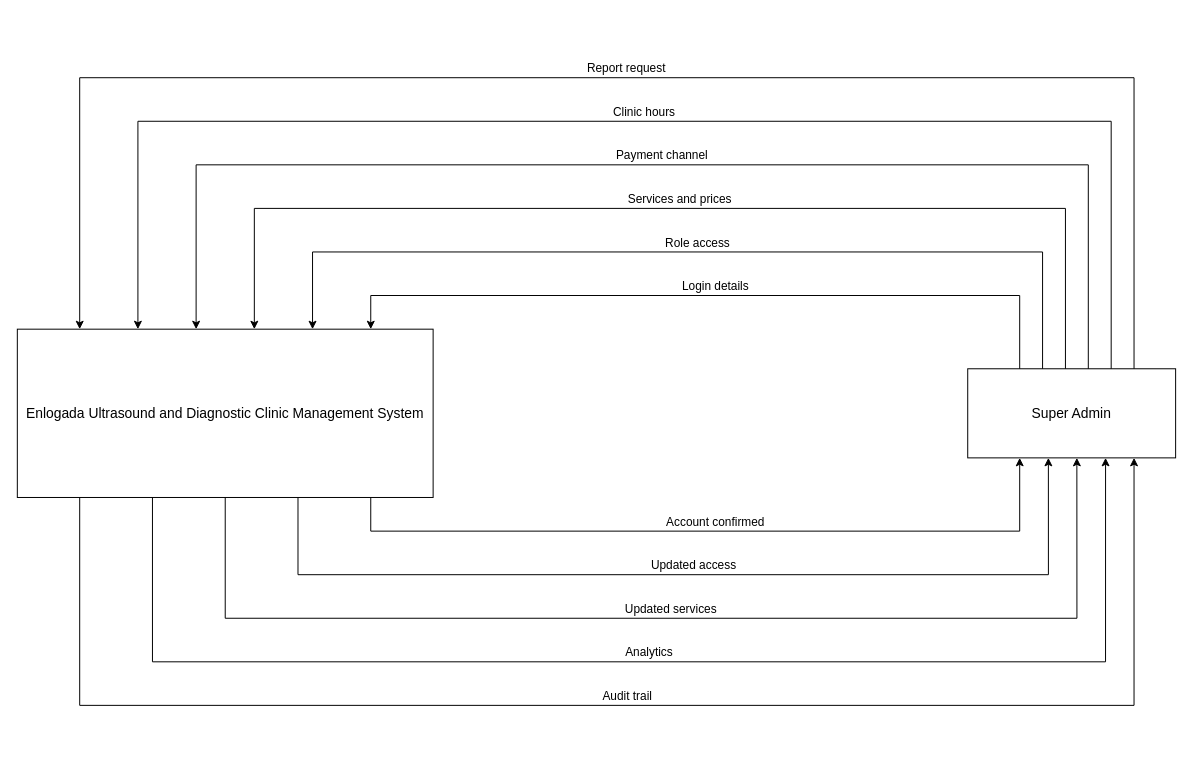
The draw.io diagram page "Super Admin" (2 of 9) of docs/diagrams/dfd-level0.drawio in Diazzzz-cpu/Enlogada-Clinic-Management-System, before the edit. Source tidied: cells renumbered, new cells numbered last; positions are measured from the earlier drawing's top-left corner, leaving out a move shared by most shapes. Both pictures are drawn from the tidied source at 99%, with x=0, y=0 at pixel (17, 77).
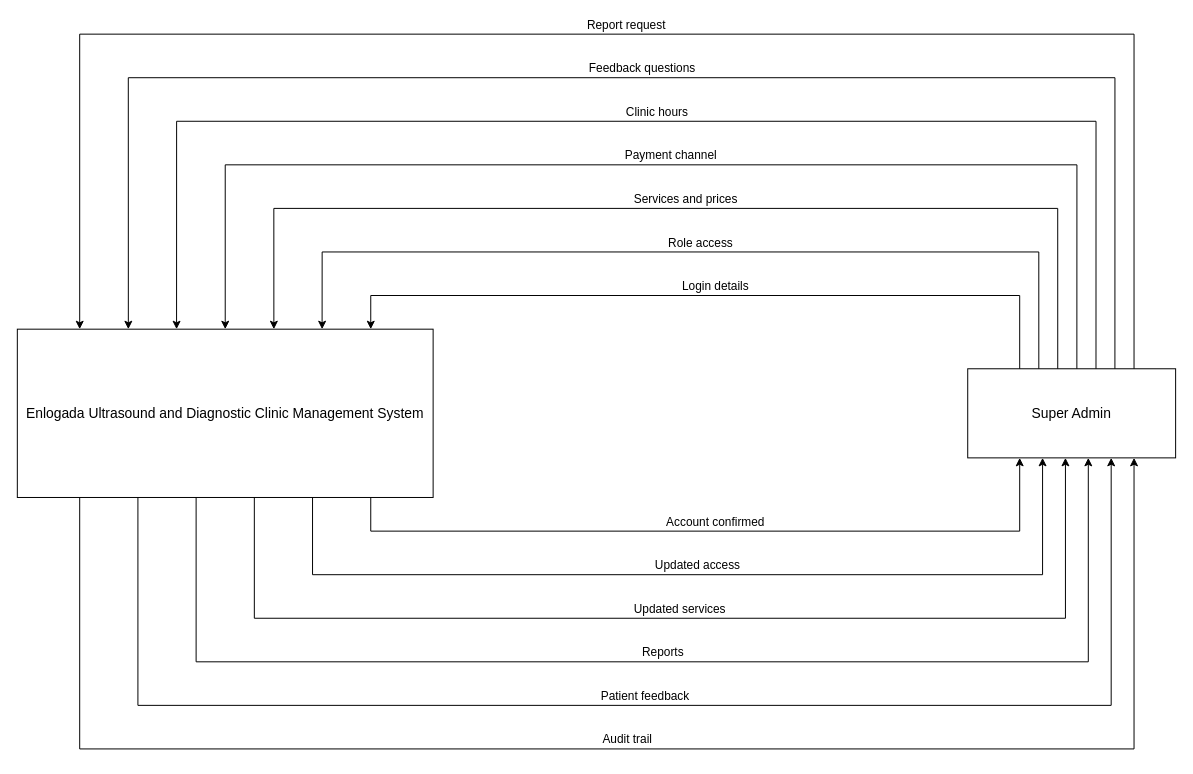
After the change.

The change refers to these unchanged cells:
```xml
<mxCell id="2" value="Enlogada Ultrasound and Diagnostic Clinic Management System" style="rounded=0;whiteSpace=wrap;html=1;verticalAlign=middle;fontFamily=Helvetica;fontSize=14;fontColor=#000000;strokeColor=#000000;" parent="1" vertex="1">
  <mxGeometry y="254" width="420" height="170" as="geometry" />
</mxCell>
<mxCell id="3" value="Super Admin" style="rounded=0;whiteSpace=wrap;html=1;fontFamily=Helvetica;fontSize=14;fontColor=#000000;strokeColor=#000000;" parent="1" vertex="1">
  <mxGeometry x="960" y="294" width="210" height="90" as="geometry" />
</mxCell>
```

Diff of the diagram source:
```diff
@@
-    <mxCell id="5" value="Role access" style="edgeStyle=orthogonalEdgeStyle;rounded=0;html=1;verticalAlign=bottom;fontFamily=Helvetica;fontSize=12;fontColor=#000000;strokeColor=#000000;exitX=0.360;exitY=0;exitDx=0;exitDy=0;entryX=0.710;entryY=0;entryDx=0;entryDy=0;" parent="1" edge="1" source="3" target="2">
+    <mxCell id="5" value="Role access" style="edgeStyle=orthogonalEdgeStyle;rounded=0;html=1;verticalAlign=bottom;fontFamily=Helvetica;fontSize=12;fontColor=#000000;strokeColor=#000000;exitX=0.342;exitY=0;exitDx=0;exitDy=0;entryX=0.733;entryY=0;entryDx=0;entryDy=0;" parent="1" edge="1" source="3" target="2">
       <mxGeometry relative="1" as="geometry">
         <Array as="points">
-          <mxPoint x="1035.6" y="176" />
-          <mxPoint x="298.2" y="176" />
+          <mxPoint x="1031.8" y="176" />
+          <mxPoint x="308" y="176" />
         </Array>
       </mxGeometry>
     </mxCell>
-    <mxCell id="6" value="Services and prices" style="edgeStyle=orthogonalEdgeStyle;rounded=0;html=1;verticalAlign=bottom;fontFamily=Helvetica;fontSize=12;fontColor=#000000;strokeColor=#000000;exitX=0.470;exitY=0;exitDx=0;exitDy=0;entryX=0.570;entryY=0;entryDx=0;entryDy=0;" parent="1" edge="1" source="3" target="2">
+    <mxCell id="6" value="Services and prices" style="edgeStyle=orthogonalEdgeStyle;rounded=0;html=1;verticalAlign=bottom;fontFamily=Helvetica;fontSize=12;fontColor=#000000;strokeColor=#000000;exitX=0.433;exitY=0;exitDx=0;exitDy=0;entryX=0.617;entryY=0;entryDx=0;entryDy=0;" parent="1" edge="1" source="3" target="2">
       <mxGeometry relative="1" as="geometry">
         <Array as="points">
-          <mxPoint x="1058.7" y="132" />
-          <mxPoint x="239.4" y="132" />
+          <mxPoint x="1051" y="132" />
+          <mxPoint x="259" y="132" />
         </Array>
       </mxGeometry>
     </mxCell>
-    <mxCell id="7" value="Payment channel" style="edgeStyle=orthogonalEdgeStyle;rounded=0;html=1;verticalAlign=bottom;fontFamily=Helvetica;fontSize=12;fontColor=#000000;strokeColor=#000000;exitX=0.580;exitY=0;exitDx=0;exitDy=0;entryX=0.430;entryY=0;entryDx=0;entryDy=0;" parent="1" edge="1" source="3" target="2">
+    <mxCell id="7" value="Payment channel" style="edgeStyle=orthogonalEdgeStyle;rounded=0;html=1;verticalAlign=bottom;fontFamily=Helvetica;fontSize=12;fontColor=#000000;strokeColor=#000000;exitX=0.525;exitY=0;exitDx=0;exitDy=0;entryX=0.500;entryY=0;entryDx=0;entryDy=0;" parent="1" edge="1" source="3" target="2">
       <mxGeometry relative="1" as="geometry">
         <Array as="points">
-          <mxPoint x="1081.8" y="88" />
-          <mxPoint x="180.6" y="88" />
+          <mxPoint x="1070.2" y="88" />
+          <mxPoint x="210" y="88" />
         </Array>
       </mxGeometry>
     </mxCell>
-    <mxCell id="8" value="Clinic hours" style="edgeStyle=orthogonalEdgeStyle;rounded=0;html=1;verticalAlign=bottom;fontFamily=Helvetica;fontSize=12;fontColor=#000000;strokeColor=#000000;exitX=0.690;exitY=0;exitDx=0;exitDy=0;entryX=0.290;entryY=0;entryDx=0;entryDy=0;" parent="1" edge="1" source="3" target="2">
+    <mxCell id="8" value="Clinic hours" style="edgeStyle=orthogonalEdgeStyle;rounded=0;html=1;verticalAlign=bottom;fontFamily=Helvetica;fontSize=12;fontColor=#000000;strokeColor=#000000;exitX=0.617;exitY=0;exitDx=0;exitDy=0;entryX=0.383;entryY=0;entryDx=0;entryDy=0;" parent="1" edge="1" source="3" target="2">
       <mxGeometry relative="1" as="geometry">
         <Array as="points">
-          <mxPoint x="1104.9" y="44" />
-          <mxPoint x="121.8" y="44" />
+          <mxPoint x="1089.5" y="44" />
+          <mxPoint x="161" y="44" />
         </Array>
       </mxGeometry>
     </mxCell>
-    <mxCell id="9" value="Report request" style="edgeStyle=orthogonalEdgeStyle;rounded=0;html=1;verticalAlign=bottom;fontFamily=Helvetica;fontSize=12;fontColor=#000000;strokeColor=#000000;exitX=0.800;exitY=0;exitDx=0;exitDy=0;entryX=0.150;entryY=0;entryDx=0;entryDy=0;" parent="1" edge="1" source="3" target="2">
+    <mxCell id="9" value="Feedback questions" style="edgeStyle=orthogonalEdgeStyle;rounded=0;html=1;verticalAlign=bottom;fontFamily=Helvetica;fontSize=12;fontColor=#000000;strokeColor=#000000;exitX=0.708;exitY=0;exitDx=0;exitDy=0;entryX=0.267;entryY=0;entryDx=0;entryDy=0;" parent="1" edge="1" source="3" target="2">
       <mxGeometry relative="1" as="geometry">
         <Array as="points">
-          <mxPoint x="1128" />
-          <mxPoint x="63" />
+          <mxPoint x="1108.8" />
+          <mxPoint x="112" />
         </Array>
       </mxGeometry>
     </mxCell>
-    <mxCell id="10" value="Account confirmed" style="edgeStyle=orthogonalEdgeStyle;rounded=0;html=1;verticalAlign=bottom;fontFamily=Helvetica;fontSize=12;fontColor=#000000;strokeColor=#000000;exitX=0.850;exitY=1;exitDx=0;exitDy=0;entryX=0.250;entryY=1;entryDx=0;entryDy=0;" parent="1" edge="1" source="2" target="3">
+    <mxCell id="10" value="Report request" style="edgeStyle=orthogonalEdgeStyle;rounded=0;html=1;verticalAlign=bottom;fontFamily=Helvetica;fontSize=12;fontColor=#000000;strokeColor=#000000;exitX=0.800;exitY=0;exitDx=0;exitDy=0;entryX=0.150;entryY=0;entryDx=0;entryDy=0;" parent="1" edge="1" source="3" target="2">
       <mxGeometry relative="1" as="geometry">
         <Array as="points">
-          <mxPoint x="357" y="458" />
-          <mxPoint x="1012.5" y="458" />
+          <mxPoint x="1128" y="-44" />
+          <mxPoint x="63" y="-44" />
         </Array>
       </mxGeometry>
     </mxCell>
-    <mxCell id="11" value="Updated access" style="edgeStyle=orthogonalEdgeStyle;rounded=0;html=1;verticalAlign=bottom;fontFamily=Helvetica;fontSize=12;fontColor=#000000;strokeColor=#000000;exitX=0.675;exitY=1;exitDx=0;exitDy=0;entryX=0.388;entryY=1;entryDx=0;entryDy=0;" parent="1" edge="1" source="2" target="3">
+    <mxCell id="11" value="Account confirmed" style="edgeStyle=orthogonalEdgeStyle;rounded=0;html=1;verticalAlign=bottom;fontFamily=Helvetica;fontSize=12;fontColor=#000000;strokeColor=#000000;exitX=0.850;exitY=1;exitDx=0;exitDy=0;entryX=0.250;entryY=1;entryDx=0;entryDy=0;" parent="1" edge="1" source="2" target="3">
       <mxGeometry relative="1" as="geometry">
         <Array as="points">
-          <mxPoint x="283.5" y="502" />
-          <mxPoint x="1041.4" y="502" />
+          <mxPoint x="357" y="458" />
+          <mxPoint x="1012.5" y="458" />
         </Array>
       </mxGeometry>
     </mxCell>
-    <mxCell id="12" value="Updated services" style="edgeStyle=orthogonalEdgeStyle;rounded=0;html=1;verticalAlign=bottom;fontFamily=Helvetica;fontSize=12;fontColor=#000000;strokeColor=#000000;exitX=0.500;exitY=1;exitDx=0;exitDy=0;entryX=0.525;entryY=1;entryDx=0;entryDy=0;" parent="1" edge="1" source="2" target="3">
+    <mxCell id="12" value="Updated access" style="edgeStyle=orthogonalEdgeStyle;rounded=0;html=1;verticalAlign=bottom;fontFamily=Helvetica;fontSize=12;fontColor=#000000;strokeColor=#000000;exitX=0.710;exitY=1;exitDx=0;exitDy=0;entryX=0.360;entryY=1;entryDx=0;entryDy=0;" parent="1" edge="1" source="2" target="3">
       <mxGeometry relative="1" as="geometry">
         <Array as="points">
-          <mxPoint x="210" y="546" />
-          <mxPoint x="1070.2" y="546" />
+          <mxPoint x="298.2" y="502" />
+          <mxPoint x="1035.6" y="502" />
         </Array>
       </mxGeometry>
     </mxCell>
-    <mxCell id="13" value="Analytics" style="edgeStyle=orthogonalEdgeStyle;rounded=0;html=1;verticalAlign=bottom;fontFamily=Helvetica;fontSize=12;fontColor=#000000;strokeColor=#000000;exitX=0.325;exitY=1;exitDx=0;exitDy=0;entryX=0.663;entryY=1;entryDx=0;entryDy=0;" parent="1" edge="1" source="2" target="3">
+    <mxCell id="13" value="Updated services" style="edgeStyle=orthogonalEdgeStyle;rounded=0;html=1;verticalAlign=bottom;fontFamily=Helvetica;fontSize=12;fontColor=#000000;strokeColor=#000000;exitX=0.570;exitY=1;exitDx=0;exitDy=0;entryX=0.470;entryY=1;entryDx=0;entryDy=0;" parent="1" edge="1" source="2" target="3">
       <mxGeometry relative="1" as="geometry">
         <Array as="points">
-          <mxPoint x="136.5" y="590" />
-          <mxPoint x="1099.1" y="590" />
+          <mxPoint x="239.4" y="546" />
+          <mxPoint x="1058.7" y="546" />
         </Array>
       </mxGeometry>
     </mxCell>
-    <mxCell id="14" value="Audit trail" style="edgeStyle=orthogonalEdgeStyle;rounded=0;html=1;verticalAlign=bottom;fontFamily=Helvetica;fontSize=12;fontColor=#000000;strokeColor=#000000;exitX=0.150;exitY=1;exitDx=0;exitDy=0;entryX=0.800;entryY=1;entryDx=0;entryDy=0;" parent="1" edge="1" source="2" target="3">
+    <mxCell id="14" value="Reports" style="edgeStyle=orthogonalEdgeStyle;rounded=0;html=1;verticalAlign=bottom;fontFamily=Helvetica;fontSize=12;fontColor=#000000;strokeColor=#000000;exitX=0.430;exitY=1;exitDx=0;exitDy=0;entryX=0.580;entryY=1;entryDx=0;entryDy=0;" parent="1" edge="1" source="2" target="3">
       <mxGeometry relative="1" as="geometry">
         <Array as="points">
-          <mxPoint x="63" y="634" />
-          <mxPoint x="1128" y="634" />
+          <mxPoint x="180.6" y="590" />
+          <mxPoint x="1081.8" y="590" />
         </Array>
       </mxGeometry>
     </mxCell>
+    <mxCell id="15" value="Patient feedback" style="edgeStyle=orthogonalEdgeStyle;rounded=0;html=1;verticalAlign=bottom;fontFamily=Helvetica;fontSize=12;fontColor=#000000;strokeColor=#000000;exitX=0.290;exitY=1;exitDx=0;exitDy=0;entryX=0.690;entryY=1;entryDx=0;entryDy=0;" parent="1" edge="1" source="2" target="3">
+      <mxGeometry relative="1" as="geometry">
+        <Array as="points">
+          <mxPoint x="121.8" y="634" />
+          <mxPoint x="1104.9" y="634" />
+        </Array>
+      </mxGeometry>
+    </mxCell>
+    <mxCell id="16" value="Audit trail" style="edgeStyle=orthogonalEdgeStyle;rounded=0;html=1;verticalAlign=bottom;fontFamily=Helvetica;fontSize=12;fontColor=#000000;strokeColor=#000000;exitX=0.150;exitY=1;exitDx=0;exitDy=0;entryX=0.800;entryY=1;entryDx=0;entryDy=0;" parent="1" edge="1" source="2" target="3">
+      <mxGeometry relative="1" as="geometry">
+        <Array as="points">
+          <mxPoint x="63" y="678" />
+          <mxPoint x="1128" y="678" />
+        </Array>
+      </mxGeometry>
+    </mxCell>
```
